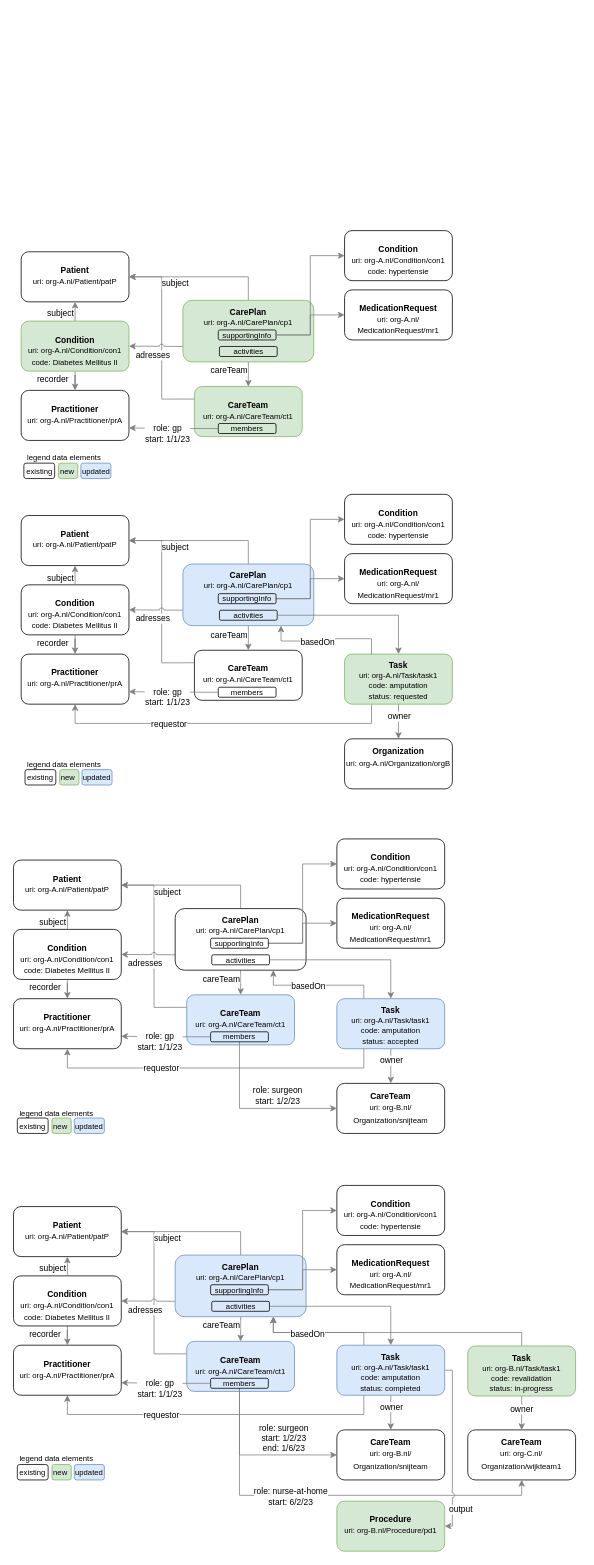
SanteonNL/shared-care-planning keeps this draw.io diagram as input/images-source/Example1-entity-diagram.drawio. Above is the earlier version. Source tidied: cells renumbered, new cells numbered last; positions are measured from the earlier drawing's top-left corner, leaving out a move shared by most shapes. Both pictures are drawn from the tidied source at 77%, with x=0, y=0 at pixel (13, 13).
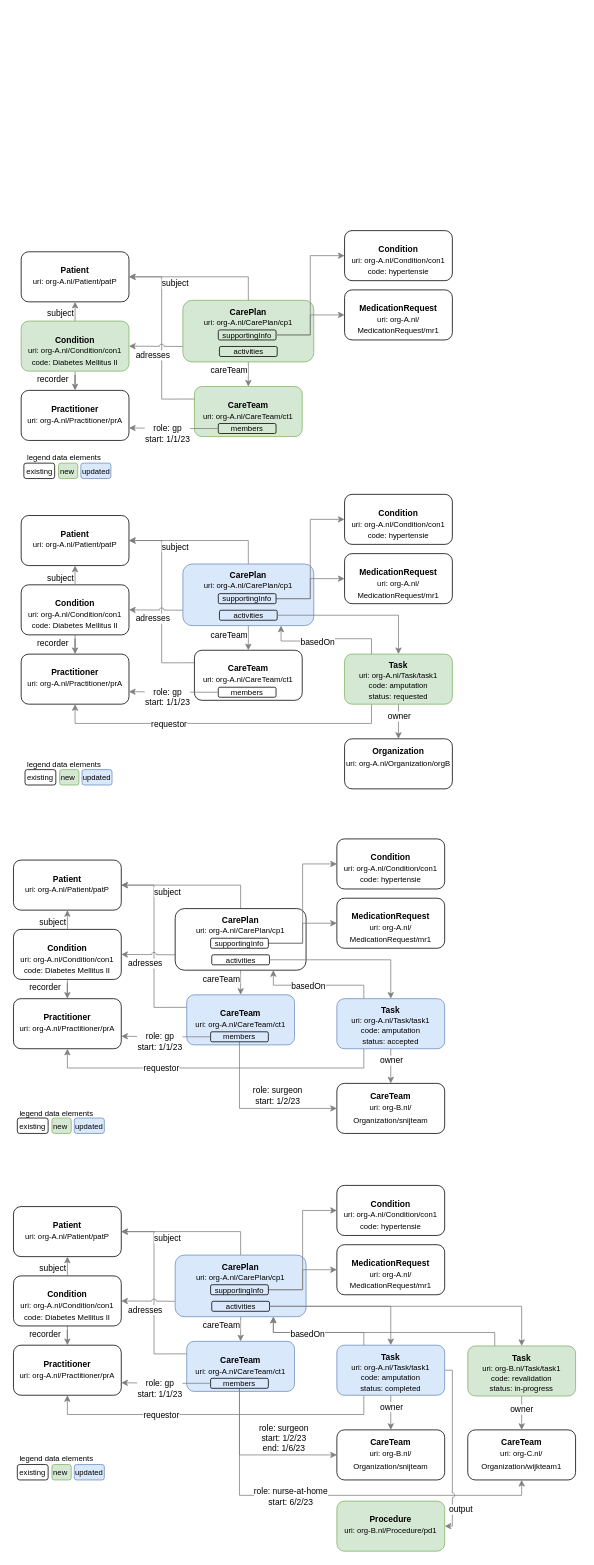
After the change.

The change refers to these unchanged cells:
```xml
<mxCell id="108" value="&lt;font style=&quot;&quot;&gt;&lt;b style=&quot;font-size: 11px;&quot;&gt;CarePlan&lt;/b&gt;&lt;font style=&quot;font-size: 11px;&quot; color=&quot;#808080&quot;&gt;&lt;br style=&quot;font-size: 11px;&quot;&gt;&lt;/font&gt;&lt;font style=&quot;font-size: 10px;&quot;&gt;uri: org-A.nl/CarePlan/cp1&lt;br&gt;&lt;/font&gt;&lt;br style=&quot;font-size: 11px;&quot;&gt;&lt;/font&gt;" style="rounded=1;whiteSpace=wrap;html=1;verticalAlign=top;spacingTop=2;fontSize=11;fillColor=#dae8fc;strokeColor=#6c8ebf;" parent="1" vertex="1">
  <mxGeometry x="210" y="1612.5" width="170" height="80" as="geometry" />
</mxCell>
<mxCell id="114" value="&lt;font style=&quot;&quot;&gt;&lt;font style=&quot;font-size: 10px;&quot;&gt;activities&lt;/font&gt;&lt;br&gt;&lt;/font&gt;" style="rounded=1;whiteSpace=wrap;html=1;verticalAlign=middle;spacingTop=0;spacing=0;fillColor=none;" parent="1" vertex="1">
  <mxGeometry x="257.5" y="1672.5" width="75" height="13" as="geometry" />
</mxCell>
<mxCell id="134" value="&lt;font style=&quot;font-size: 10px;&quot;&gt;&lt;b style=&quot;font-size: 11px;&quot;&gt;Task&lt;/b&gt;&lt;font style=&quot;font-size: 11px;&quot; color=&quot;#808080&quot;&gt;&lt;br style=&quot;font-size: 11px;&quot;&gt;&lt;/font&gt;uri: org-B.nl/Task/task1&lt;br style=&quot;&quot;&gt;code:&amp;nbsp;revalidation&lt;br&gt;status: in-progress&lt;br style=&quot;font-size: 11px;&quot;&gt;&lt;br style=&quot;font-size: 11px;&quot;&gt;&lt;/font&gt;" style="rounded=1;whiteSpace=wrap;html=1;verticalAlign=top;spacingTop=2;fontSize=11;fillColor=#d5e8d4;strokeColor=#82b366;" parent="1" vertex="1">
  <mxGeometry x="590" y="1730.5" width="140" height="65" as="geometry" />
</mxCell>
```

What changed in the source:
```diff
@@
-    <mxCell id="133" style="edgeStyle=orthogonalEdgeStyle;rounded=0;jettySize=auto;html=1;exitX=0.5;exitY=0;exitDx=0;exitDy=0;entryX=0.75;entryY=1;entryDx=0;entryDy=0;strokeColor=#808080;" parent="1" edge="1" source="134" target="108">
+    <mxCell id="133" style="edgeStyle=orthogonalEdgeStyle;rounded=0;jettySize=auto;html=1;entryX=0.75;entryY=1;entryDx=0;entryDy=0;strokeColor=#808080;exitX=0.25;exitY=0;exitDx=0;exitDy=0;" parent="1" edge="1" source="134" target="108">
       <mxGeometry relative="1" as="geometry">
         <Array as="points">
-          <mxPoint x="660" y="1713" />
+          <mxPoint x="625" y="1713" />
           <mxPoint x="338" y="1713" />
         </Array>
       </mxGeometry>
     </mxCell>
@@
+    <mxCell id="162" style="edgeStyle=orthogonalEdgeStyle;rounded=0;jettySize=auto;html=1;exitX=1;exitY=0.5;exitDx=0;exitDy=0;strokeColor=#808080;entryX=0.5;entryY=0;entryDx=0;entryDy=0;" parent="1" edge="1" source="114" target="134">
+      <mxGeometry relative="1" as="geometry" />
+    </mxCell>
```
